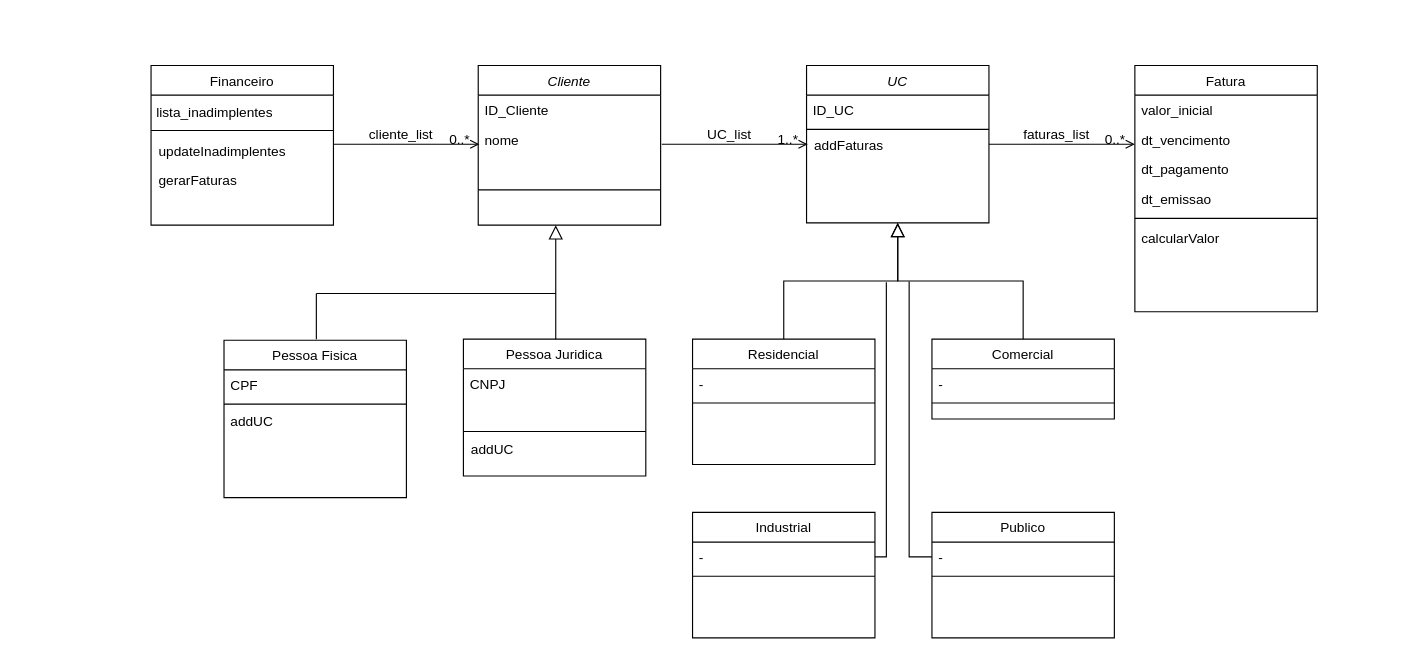
The draw.io diagram Modulo_1.drawio in rodrigocezarluz/Projeto-POO, before the edit. Source tidied: cells renumbered, new cells numbered last; positions are measured from the earlier drawing's top-left corner, leaving out a move shared by most shapes. Both pictures are drawn from the tidied source at 114%, with x=0, y=0 at pixel (149, 65).
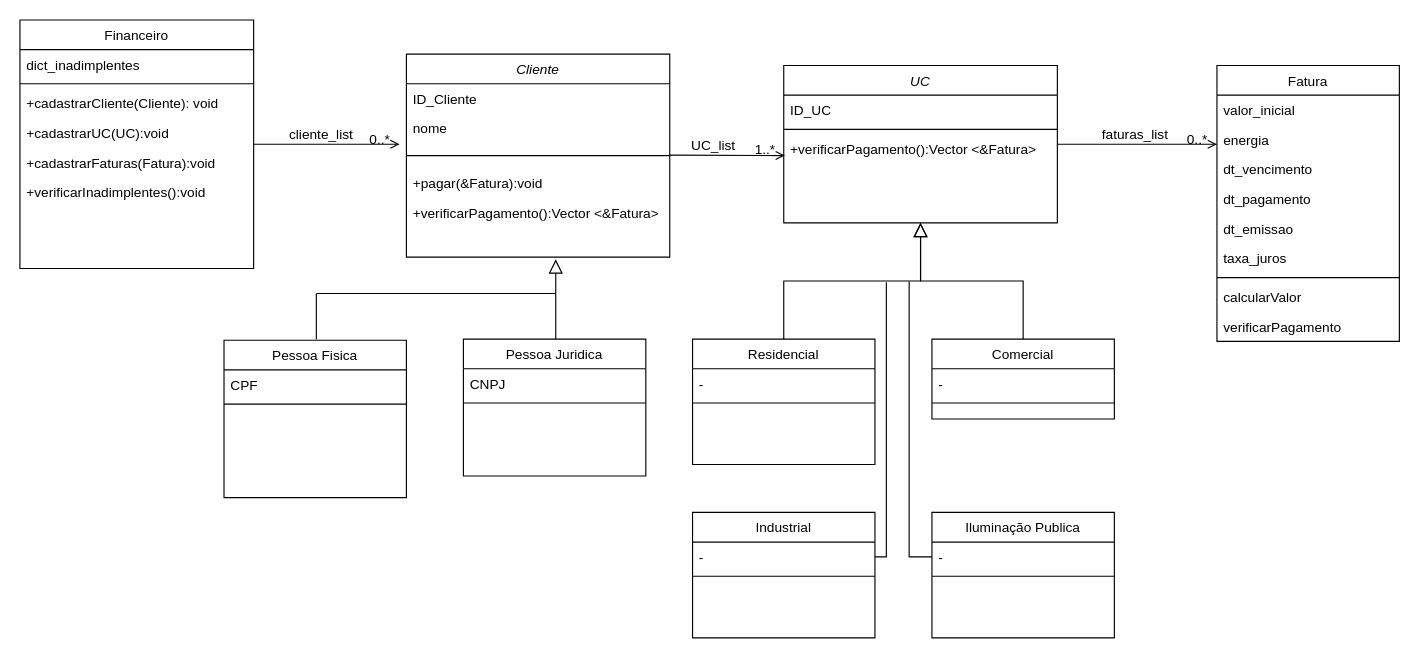
The same diagram, later.

Unchanged cells that the change refers to:
```xml
<mxCell id="33" value="Pessoa Juridica" style="swimlane;fontStyle=0;align=center;verticalAlign=top;horizontal=1;startSize=26;rounded=0;shadow=0;strokeWidth=1;" parent="1" vertex="1">
  <mxGeometry x="275" y="240" width="160" height="120" as="geometry" />
</mxCell>
```

Change to the diagram source:
```diff
@@
     <mxCell id="2" value="UC" style="swimlane;fontStyle=2;align=center;verticalAlign=top;horizontal=1;startSize=26;rounded=0;shadow=0;strokeWidth=1;" parent="1" vertex="1">
-      <mxGeometry x="576" width="160" height="138" as="geometry" />
+      <mxGeometry x="556" width="240" height="138" as="geometry" />
     </mxCell>
     <mxCell id="3" value="ID_UC" style="text;align=left;verticalAlign=top;spacingLeft=4;spacingRight=4;overflow=hidden;" parent="2" vertex="1">
-      <mxGeometry y="26" width="160" height="26" as="geometry" />
+      <mxGeometry y="26" width="240" height="26" as="geometry" />
     </mxCell>
     <mxCell id="4" style="line;html=1;strokeWidth=1;align=left;verticalAlign=middle;spacingTop=-1;spacingLeft=3;spacingRight=3;labelPosition=right;" parent="2" vertex="1">
-      <mxGeometry y="52" width="160" height="8" as="geometry" />
+      <mxGeometry y="52" width="240" height="8" as="geometry" />
     </mxCell>
+    <mxCell id="58" value="+verificarPagamento():Vector &lt;&amp;Fatura&gt;" style="text;align=left;verticalAlign=top;spacingLeft=4;spacingRight=4;overflow=hidden;rounded=0;shadow=0;html=0;" parent="2" vertex="1">
+      <mxGeometry y="60" width="240" height="26" as="geometry" />
+    </mxCell>
@@
     <mxCell id="13" value="Fatura" style="swimlane;fontStyle=0;align=center;verticalAlign=top;horizontal=1;startSize=26;rounded=0;shadow=0;strokeWidth=1;" parent="1" vertex="1">
-      <mxGeometry x="864" width="160" height="216" as="geometry" />
+      <mxGeometry x="936" width="160" height="242" as="geometry" />
     </mxCell>
@@
+    <mxCell id="59" value="energia" style="text;align=left;verticalAlign=top;spacingLeft=4;spacingRight=4;overflow=hidden;rounded=0;shadow=0;html=0;" parent="13" vertex="1">
+      <mxGeometry y="52" width="160" height="26" as="geometry" />
+    </mxCell>
     <mxCell id="15" value="dt_vencimento" style="text;align=left;verticalAlign=top;spacingLeft=4;spacingRight=4;overflow=hidden;rounded=0;shadow=0;html=0;" parent="13" vertex="1">
-      <mxGeometry y="52" width="160" height="26" as="geometry" />
+      <mxGeometry y="78" width="160" height="26" as="geometry" />
     </mxCell>
     <mxCell id="16" value="dt_pagamento" style="text;align=left;verticalAlign=top;spacingLeft=4;spacingRight=4;overflow=hidden;rounded=0;shadow=0;html=0;" parent="13" vertex="1">
-      <mxGeometry y="78" width="160" height="26" as="geometry" />
+      <mxGeometry y="104" width="160" height="26" as="geometry" />
     </mxCell>
     <mxCell id="17" value="dt_emissao" style="text;align=left;verticalAlign=top;spacingLeft=4;spacingRight=4;overflow=hidden;rounded=0;shadow=0;html=0;" parent="13" vertex="1">
-      <mxGeometry y="104" width="160" height="26" as="geometry" />
+      <mxGeometry y="130" width="160" height="26" as="geometry" />
     </mxCell>
+    <mxCell id="60" value="taxa_juros" style="text;align=left;verticalAlign=top;spacingLeft=4;spacingRight=4;overflow=hidden;rounded=0;shadow=0;html=0;" parent="13" vertex="1">
+      <mxGeometry y="156" width="160" height="26" as="geometry" />
+    </mxCell>
     <mxCell id="18" style="line;html=1;strokeWidth=1;align=left;verticalAlign=middle;spacingTop=-1;spacingLeft=3;spacingRight=3;labelPosition=right;" parent="13" vertex="1">
-      <mxGeometry y="130" width="160" height="8" as="geometry" />
+      <mxGeometry y="182" width="160" height="8" as="geometry" />
     </mxCell>
     <mxCell id="19" value="calcularValor" style="text;align=left;verticalAlign=top;spacingLeft=4;spacingRight=4;overflow=hidden;" parent="13" vertex="1">
-      <mxGeometry y="138" width="160" height="26" as="geometry" />
+      <mxGeometry y="190" width="160" height="26" as="geometry" />
     </mxCell>
+    <mxCell id="61" value="verificarPagamento" style="text;align=left;verticalAlign=top;spacingLeft=4;spacingRight=4;overflow=hidden;rounded=0;shadow=0;html=0;" parent="13" vertex="1">
+      <mxGeometry y="216" width="160" height="26" as="geometry" />
+    </mxCell>
@@
     <mxCell id="23" value="Cliente" style="swimlane;fontStyle=2;align=center;verticalAlign=top;horizontal=1;startSize=26;rounded=0;shadow=0;strokeWidth=1;" parent="1" vertex="1">
-      <mxGeometry x="288" width="160" height="140" as="geometry" />
+      <mxGeometry x="225" y="-10" width="231" height="178" as="geometry" />
     </mxCell>
     <mxCell id="24" value="ID_Cliente" style="text;align=left;verticalAlign=top;spacingLeft=4;spacingRight=4;overflow=hidden;" parent="23" vertex="1">
-      <mxGeometry y="26" width="160" height="26" as="geometry" />
+      <mxGeometry y="26" width="231" height="26" as="geometry" />
     </mxCell>
     <mxCell id="25" value="nome" style="text;align=left;verticalAlign=top;spacingLeft=4;spacingRight=4;overflow=hidden;rounded=0;shadow=0;html=0;" parent="23" vertex="1">
-      <mxGeometry y="52" width="160" height="26" as="geometry" />
+      <mxGeometry y="52" width="231" height="26" as="geometry" />
     </mxCell>
     <mxCell id="26" style="line;html=1;strokeWidth=1;align=left;verticalAlign=middle;spacingTop=-1;spacingLeft=3;spacingRight=3;labelPosition=right;points=[];portConstraint=eastwest;" parent="23" vertex="1">
-      <mxGeometry y="78" width="160" height="62" as="geometry" />
+      <mxGeometry y="78" width="231" height="22" as="geometry" />
     </mxCell>
+    <mxCell id="62" value="+pagar(&amp;Fatura):void" style="text;align=left;verticalAlign=top;spacingLeft=4;spacingRight=4;overflow=hidden;rounded=0;shadow=0;html=0;" parent="23" vertex="1">
+      <mxGeometry y="100" width="231" height="26" as="geometry" />
+    </mxCell>
+    <mxCell id="63" value="+verificarPagamento():Vector &lt;&amp;Fatura&gt;" style="text;align=left;verticalAlign=top;spacingLeft=4;spacingRight=4;overflow=hidden;rounded=0;shadow=0;html=0;" parent="23" vertex="1">
+      <mxGeometry y="126" width="231" height="26" as="geometry" />
+    </mxCell>
     <mxCell id="27" style="endArrow=open;shadow=0;strokeWidth=1;rounded=0;endFill=1;edgeStyle=elbowEdgeStyle;elbow=vertical;" parent="1" edge="1">
       <mxGeometry x="0.5" y="41" relative="1" as="geometry">
-        <mxPoint x="449" y="69" as="sourcePoint" />
-        <mxPoint x="577" y="69" as="targetPoint" />
+        <mxPoint x="456" y="78.6" as="sourcePoint" />
+        <mxPoint x="557" y="78.6" as="targetPoint" />
         <mxPoint x="-40" y="32" as="offset" />
       </mxGeometry>
     </mxCell>
@@
     <mxCell id="35" style="line;html=1;strokeWidth=1;align=left;verticalAlign=middle;spacingTop=-1;spacingLeft=3;spacingRight=3;labelPosition=right;" parent="33" vertex="1">
-      <mxGeometry y="52" width="160" height="58" as="geometry" />
+      <mxGeometry y="52" width="160" height="8" as="geometry" />
     </mxCell>
-    <mxCell id="36" style="endArrow=block;endSize=10;endFill=0;shadow=0;strokeWidth=1;rounded=0;edgeStyle=elbowEdgeStyle;elbow=vertical;" parent="1" edge="1" source="33" target="26">
+    <mxCell id="36" style="endArrow=block;endSize=10;endFill=0;shadow=0;strokeWidth=1;rounded=0;edgeStyle=elbowEdgeStyle;elbow=vertical;" parent="1" edge="1" source="33">
       <mxGeometry relative="1" as="geometry">
+        <mxPoint x="356" y="170" as="targetPoint" />
         <Array as="points">
           <mxPoint x="356" y="200" />
         </Array>
       </mxGeometry>
     </mxCell>
@@
-    <mxCell id="39" value="addUC" style="text;align=left;verticalAlign=top;spacingLeft=4;spacingRight=4;overflow=hidden;" parent="1" vertex="1">
-      <mxGeometry x="65" y="299" width="160" height="26" as="geometry" />
-    </mxCell>
-    <mxCell id="40" value="addUC" style="text;align=left;verticalAlign=top;spacingLeft=4;spacingRight=4;overflow=hidden;" parent="1" vertex="1">
-      <mxGeometry x="276" y="323" width="160" height="26" as="geometry" />
-    </mxCell>
@@
-    <mxCell id="44" value="Publico" style="swimlane;fontStyle=0;align=center;verticalAlign=top;horizontal=1;startSize=26;rounded=0;shadow=0;strokeWidth=1;" parent="1" vertex="1">
+    <mxCell id="44" value="Iluminação Publica" style="swimlane;fontStyle=0;align=center;verticalAlign=top;horizontal=1;startSize=26;rounded=0;shadow=0;strokeWidth=1;" parent="1" vertex="1">
       <mxGeometry x="686" y="392" width="160" height="110" as="geometry" />
     </mxCell>
@@
     <mxCell id="49" value="Financeiro" style="swimlane;fontStyle=0;align=center;verticalAlign=top;horizontal=1;startSize=26;rounded=0;shadow=0;strokeWidth=1;" parent="1" vertex="1">
-      <mxGeometry x="1" width="160" height="140" as="geometry" />
+      <mxGeometry x="-114" y="-40" width="205" height="218" as="geometry" />
     </mxCell>
+    <mxCell id="54" value="dict_inadimplentes" style="text;align=left;verticalAlign=top;spacingLeft=4;spacingRight=4;overflow=hidden;" parent="49" vertex="1">
+      <mxGeometry y="26" width="205" height="26" as="geometry" />
+    </mxCell>
     <mxCell id="50" style="line;html=1;strokeWidth=1;align=left;verticalAlign=middle;spacingTop=-1;spacingLeft=3;spacingRight=3;labelPosition=right;" parent="49" vertex="1">
-      <mxGeometry y="26" width="160" height="62" as="geometry" />
+      <mxGeometry y="52" width="205" height="8" as="geometry" />
     </mxCell>
+    <mxCell id="64" value="+cadastrarCliente(Cliente): void" style="text;align=left;verticalAlign=top;spacingLeft=4;spacingRight=4;overflow=hidden;" parent="49" vertex="1">
+      <mxGeometry y="60" width="205" height="26" as="geometry" />
+    </mxCell>
+    <mxCell id="65" value="+cadastrarUC(UC):void" style="text;align=left;verticalAlign=top;spacingLeft=4;spacingRight=4;overflow=hidden;" parent="49" vertex="1">
+      <mxGeometry y="86" width="205" height="26" as="geometry" />
+    </mxCell>
+    <mxCell id="56" value="+cadastrarFaturas(Fatura):void" style="text;align=left;verticalAlign=top;spacingLeft=4;spacingRight=4;overflow=hidden;" parent="49" vertex="1">
+      <mxGeometry y="112" width="205" height="26" as="geometry" />
+    </mxCell>
+    <mxCell id="55" value="+verificarInadimplentes():void" style="text;align=left;verticalAlign=top;spacingLeft=4;spacingRight=4;overflow=hidden;" parent="49" vertex="1">
+      <mxGeometry y="138" width="205" height="26" as="geometry" />
+    </mxCell>
     <mxCell id="51" style="endArrow=open;shadow=0;strokeWidth=1;rounded=0;endFill=1;edgeStyle=elbowEdgeStyle;elbow=vertical;" parent="1" edge="1">
       <mxGeometry x="0.5" y="41" relative="1" as="geometry">
-        <mxPoint x="161" y="69" as="sourcePoint" />
-        <mxPoint x="289" y="69" as="targetPoint" />
+        <mxPoint x="91" y="69" as="sourcePoint" />
+        <mxPoint x="219" y="69" as="targetPoint" />
         <mxPoint x="-40" y="32" as="offset" />
       </mxGeometry>
     </mxCell>
@@
-    <mxCell id="54" value="lista_inadimplentes" style="text;align=left;verticalAlign=top;spacingLeft=4;spacingRight=4;overflow=hidden;" parent="1" vertex="1">
-      <mxGeometry y="28" width="160" height="26" as="geometry" />
-    </mxCell>
-    <mxCell id="55" value="updateInadimplentes" style="text;align=left;verticalAlign=top;spacingLeft=4;spacingRight=4;overflow=hidden;" parent="1" vertex="1">
-      <mxGeometry x="2" y="62" width="160" height="26" as="geometry" />
-    </mxCell>
-    <mxCell id="56" value="gerarFaturas" style="text;align=left;verticalAlign=top;spacingLeft=4;spacingRight=4;overflow=hidden;" parent="1" vertex="1">
-      <mxGeometry x="2" y="87" width="160" height="26" as="geometry" />
-    </mxCell>
-    <mxCell id="57" value="addFaturas" style="text;align=left;verticalAlign=top;spacingLeft=4;spacingRight=4;overflow=hidden;" parent="1" vertex="1">
-      <mxGeometry x="577" y="57" width="160" height="26" as="geometry" />
-    </mxCell>
```
